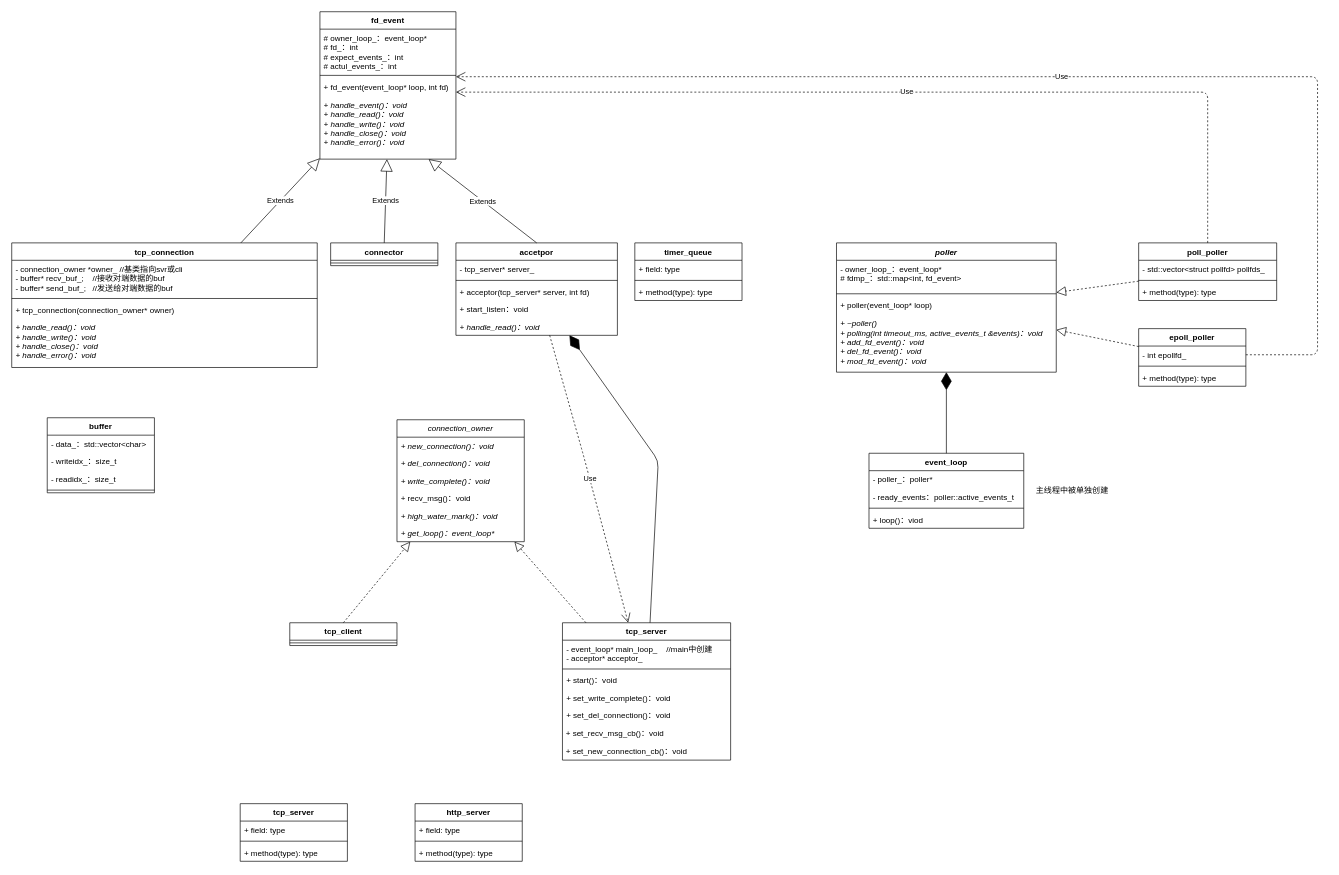
This is page "UML" (5 of 6) of docs/easy_net.drawio from HLhuanglang/eNET, a draw.io file, before an edit. Source tidied: cells renumbered, new cells numbered last; positions are measured from the earlier drawing's top-left corner, leaving out a move shared by most shapes. Both pictures are drawn from the tidied source at 67%, with x=0, y=0 at pixel (11, 11).
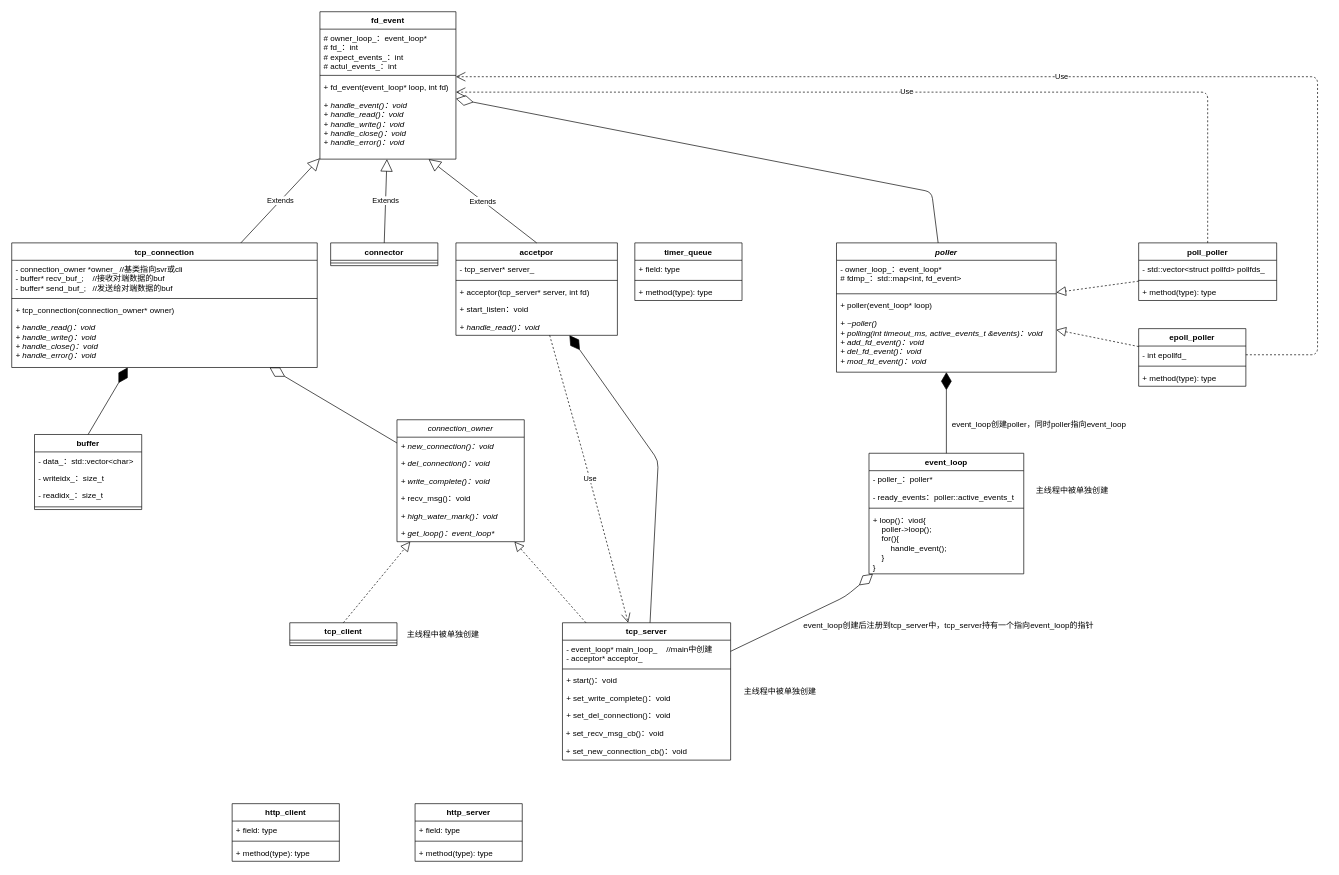
The same diagram, later.

The change refers to these unchanged cells:
```xml
<mxCell id="7" value="connection_owner" style="swimlane;fontStyle=2;horizontal=1;startSize=26;fillColor=none;" parent="1" vertex="1">
  <mxGeometry x="575" y="609" width="190" height="182" as="geometry" />
</mxCell>
<mxCell id="16" value="tcp_server" style="swimlane;fontStyle=1;align=center;verticalAlign=top;horizontal=1;startSize=26;" parent="1" vertex="1">
  <mxGeometry x="822" y="912" width="251" height="205" as="geometry" />
</mxCell>
<mxCell id="24" value="tcp_connection" style="swimlane;fontStyle=1;align=center;verticalAlign=top;horizontal=1;startSize=26;" parent="1" vertex="1">
  <mxGeometry y="345" width="456" height="186" as="geometry" />
</mxCell>
<mxCell id="29" value="fd_event" style="swimlane;fontStyle=1;align=center;verticalAlign=top;horizontal=1;startSize=26;" parent="1" vertex="1">
  <mxGeometry x="460" width="203" height="220" as="geometry" />
</mxCell>
<mxCell id="34" value="poller" style="swimlane;fontStyle=3;align=center;verticalAlign=top;horizontal=1;startSize=26;" parent="1" vertex="1">
  <mxGeometry x="1231" y="345" width="328" height="193" as="geometry" />
</mxCell>
<mxCell id="53" value="accetpor" style="swimlane;fontStyle=1;align=center;verticalAlign=top;horizontal=1;startSize=26;" parent="1" vertex="1">
  <mxGeometry x="663" y="345" width="241" height="138" as="geometry" />
</mxCell>
```

What changed in the source:
```diff
@@
     <mxCell id="2" value="buffer" style="swimlane;fontStyle=1;align=center;verticalAlign=top;horizontal=1;startSize=26;" parent="1" vertex="1">
-      <mxGeometry x="53" y="606" width="160" height="112" as="geometry" />
+      <mxGeometry x="34" y="631" width="160" height="112" as="geometry" />
     </mxCell>
@@
     <mxCell id="48" value="event_loop" style="swimlane;fontStyle=1;align=center;verticalAlign=top;horizontal=1;startSize=26;" parent="1" vertex="1">
-      <mxGeometry x="1279.5" y="659" width="231" height="112" as="geometry" />
+      <mxGeometry x="1279.5" y="659" width="231" height="180" as="geometry" />
     </mxCell>
@@
-    <mxCell id="52" value="+ loop()：viod" style="text;strokeColor=none;fillColor=none;align=left;verticalAlign=top;spacingLeft=4;spacingRight=4;overflow=hidden;" parent="48" vertex="1">
-      <mxGeometry y="86" width="231" height="26" as="geometry" />
+    <mxCell id="52" value="+ loop()：viod{&#10;    poller-&gt;loop();&#10;    for(){&#10;        handle_event();&#10;    }&#10;}" style="text;strokeColor=none;fillColor=none;align=left;verticalAlign=top;spacingLeft=4;spacingRight=4;overflow=hidden;" parent="48" vertex="1">
+      <mxGeometry y="86" width="231" height="94" as="geometry" />
     </mxCell>
@@
-    <mxCell id="78" value="tcp_server&#10;" style="swimlane;fontStyle=1;align=center;verticalAlign=top;horizontal=1;startSize=26;" parent="1" vertex="1">
-      <mxGeometry x="341" y="1182" width="160" height="86" as="geometry" />
-    </mxCell>
+    <mxCell id="82" value="主线程中被单独创建" style="text;html=1;strokeColor=none;fillColor=none;align=center;verticalAlign=middle;whiteSpace=wrap;rounded=0;" parent="1" vertex="1">
+      <mxGeometry x="1526" y="700" width="114" height="30" as="geometry" />
+    </mxCell>
+    <mxCell id="83" style="endArrow=diamondThin;endFill=1;endSize=24;html=1;" parent="1" edge="1" source="16" target="53">
+      <mxGeometry relative="1" as="geometry">
+        <Array as="points">
+          <mxPoint x="965" y="670" />
+        </Array>
+      </mxGeometry>
+    </mxCell>
+    <mxCell id="84" style="endArrow=diamondThin;endFill=1;endSize=24;html=1;" parent="1" edge="1" source="48" target="34">
+      <mxGeometry relative="1" as="geometry" />
+    </mxCell>
+    <mxCell id="85" value="http_client" style="swimlane;fontStyle=1;align=center;verticalAlign=top;horizontal=1;startSize=26;" parent="1" vertex="1">
+      <mxGeometry x="329" y="1182" width="160" height="86" as="geometry" />
+    </mxCell>
-    <mxCell id="79" value="+ field: type" style="text;strokeColor=none;fillColor=none;align=left;verticalAlign=top;spacingLeft=4;spacingRight=4;overflow=hidden;" parent="78" vertex="1">
+    <mxCell id="79" value="+ field: type" style="text;strokeColor=none;fillColor=none;align=left;verticalAlign=top;spacingLeft=4;spacingRight=4;overflow=hidden;" parent="85" vertex="1">
       <mxGeometry y="26" width="160" height="26" as="geometry" />
     </mxCell>
-    <mxCell id="80" style="line;strokeWidth=1;fillColor=none;align=left;verticalAlign=middle;spacingTop=-1;spacingLeft=3;spacingRight=3;labelPosition=right;strokeColor=inherit;" parent="78" vertex="1">
+    <mxCell id="80" style="line;strokeWidth=1;fillColor=none;align=left;verticalAlign=middle;spacingTop=-1;spacingLeft=3;spacingRight=3;labelPosition=right;strokeColor=inherit;" parent="85" vertex="1">
       <mxGeometry y="52" width="160" height="8" as="geometry" />
     </mxCell>
-    <mxCell id="81" value="+ method(type): type" style="text;strokeColor=none;fillColor=none;align=left;verticalAlign=top;spacingLeft=4;spacingRight=4;overflow=hidden;" parent="78" vertex="1">
+    <mxCell id="81" value="+ method(type): type" style="text;strokeColor=none;fillColor=none;align=left;verticalAlign=top;spacingLeft=4;spacingRight=4;overflow=hidden;" parent="85" vertex="1">
       <mxGeometry y="60" width="160" height="26" as="geometry" />
     </mxCell>
-    <mxCell id="82" value="主线程中被单独创建" style="text;html=1;strokeColor=none;fillColor=none;align=center;verticalAlign=middle;whiteSpace=wrap;rounded=0;" parent="1" vertex="1">
-      <mxGeometry x="1526" y="700" width="114" height="30" as="geometry" />
-    </mxCell>
-    <mxCell id="83" style="endArrow=diamondThin;endFill=1;endSize=24;html=1;" parent="1" edge="1" source="16" target="53">
-      <mxGeometry relative="1" as="geometry">
-        <Array as="points">
-          <mxPoint x="965" y="670" />
-        </Array>
-      </mxGeometry>
-    </mxCell>
-    <mxCell id="84" style="endArrow=diamondThin;endFill=1;endSize=24;html=1;" parent="1" edge="1" source="48" target="34">
-      <mxGeometry relative="1" as="geometry" />
-    </mxCell>
+    <mxCell id="86" value="主线程中被单独创建" style="text;html=1;strokeColor=none;fillColor=none;align=center;verticalAlign=middle;whiteSpace=wrap;rounded=0;" parent="1" vertex="1">
+      <mxGeometry x="1090" y="999.5" width="114" height="30" as="geometry" />
+    </mxCell>
+    <mxCell id="87" value="主线程中被单独创建" style="text;html=1;strokeColor=none;fillColor=none;align=center;verticalAlign=middle;whiteSpace=wrap;rounded=0;" parent="1" vertex="1">
+      <mxGeometry x="587" y="914" width="114" height="30" as="geometry" />
+    </mxCell>
+    <mxCell id="88" style="endArrow=diamondThin;endFill=0;endSize=24;html=1;" parent="1" edge="1" source="7" target="24">
+      <mxGeometry relative="1" as="geometry" />
+    </mxCell>
+    <mxCell id="89" style="endArrow=diamondThin;endFill=1;endSize=24;html=1;exitX=0.5;exitY=0;exitDx=0;exitDy=0;" parent="1" edge="1" source="2" target="24">
+      <mxGeometry relative="1" as="geometry" />
+    </mxCell>
+    <mxCell id="90" value="event_loop创建poller，同时poller指向event_loop" style="text;html=1;strokeColor=none;fillColor=none;align=center;verticalAlign=middle;whiteSpace=wrap;rounded=0;" parent="1" vertex="1">
+      <mxGeometry x="1385" y="601" width="297" height="30" as="geometry" />
+    </mxCell>
+    <mxCell id="91" style="endArrow=diamondThin;endFill=0;endSize=24;html=1;" parent="1" edge="1" source="16" target="48">
+      <mxGeometry relative="1" as="geometry">
+        <Array as="points">
+          <mxPoint x="1244" y="873" />
+        </Array>
+      </mxGeometry>
+    </mxCell>
+    <mxCell id="92" value="event_loop创建后注册到tcp_server中，tcp_server持有一个指向event_loop的指针" style="text;html=1;strokeColor=none;fillColor=none;align=center;verticalAlign=middle;whiteSpace=wrap;rounded=0;" parent="1" vertex="1">
+      <mxGeometry x="1164" y="902" width="469" height="30" as="geometry" />
+    </mxCell>
+    <mxCell id="93" style="endArrow=diamondThin;endFill=0;endSize=24;html=1;" parent="1" edge="1" source="34" target="29">
+      <mxGeometry relative="1" as="geometry">
+        <Array as="points">
+          <mxPoint x="1373" y="269" />
+        </Array>
+      </mxGeometry>
+    </mxCell>
```
